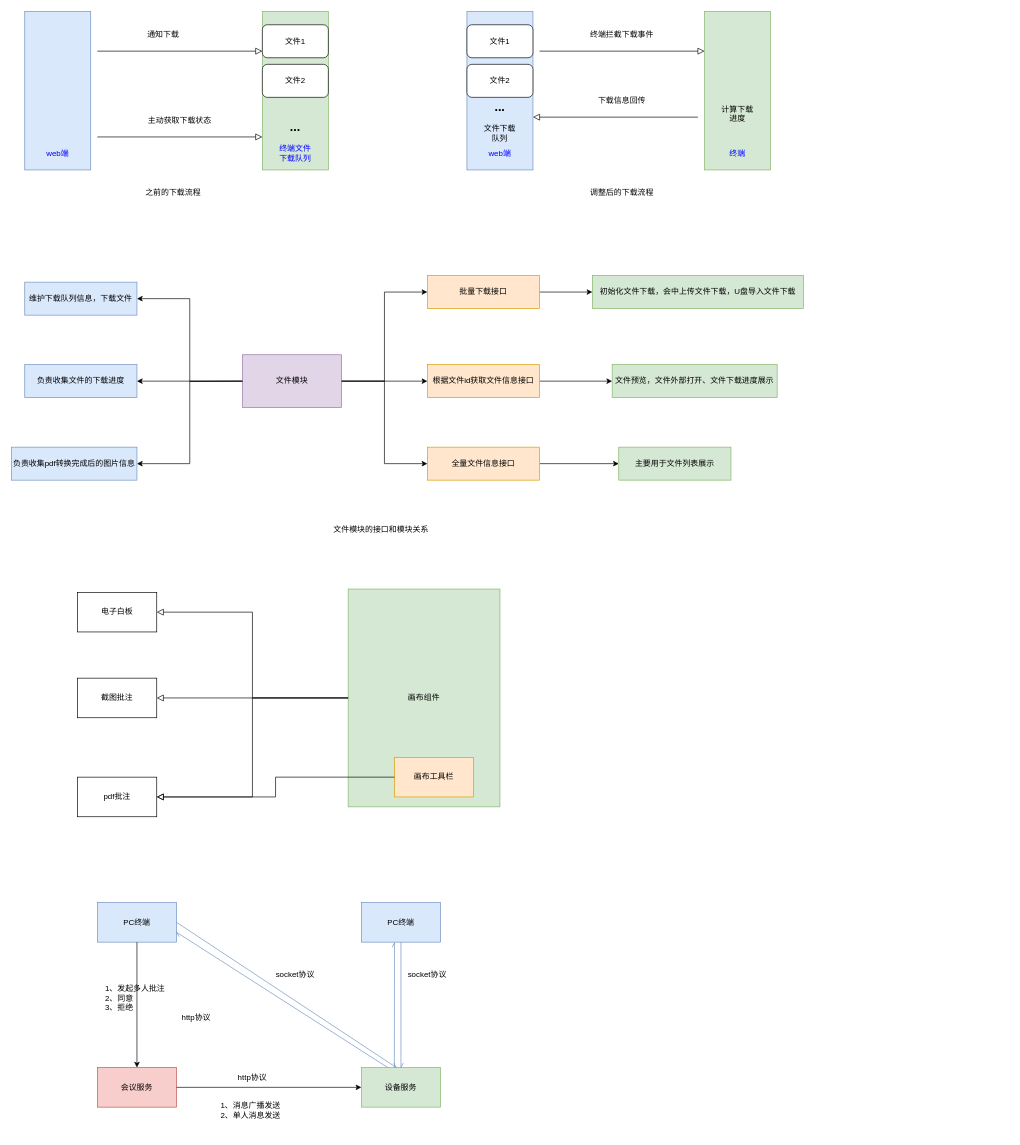
The draw.io diagram whiteboard/work/download.drawio in laterbuy/blogTalk, before the edit. Source tidied: cells renumbered, new cells numbered last; positions are measured from the earlier drawing's top-left corner, leaving out a move shared by most shapes. Both pictures are drawn from the tidied source at 66%, with x=0, y=0 at pixel (11, 11).
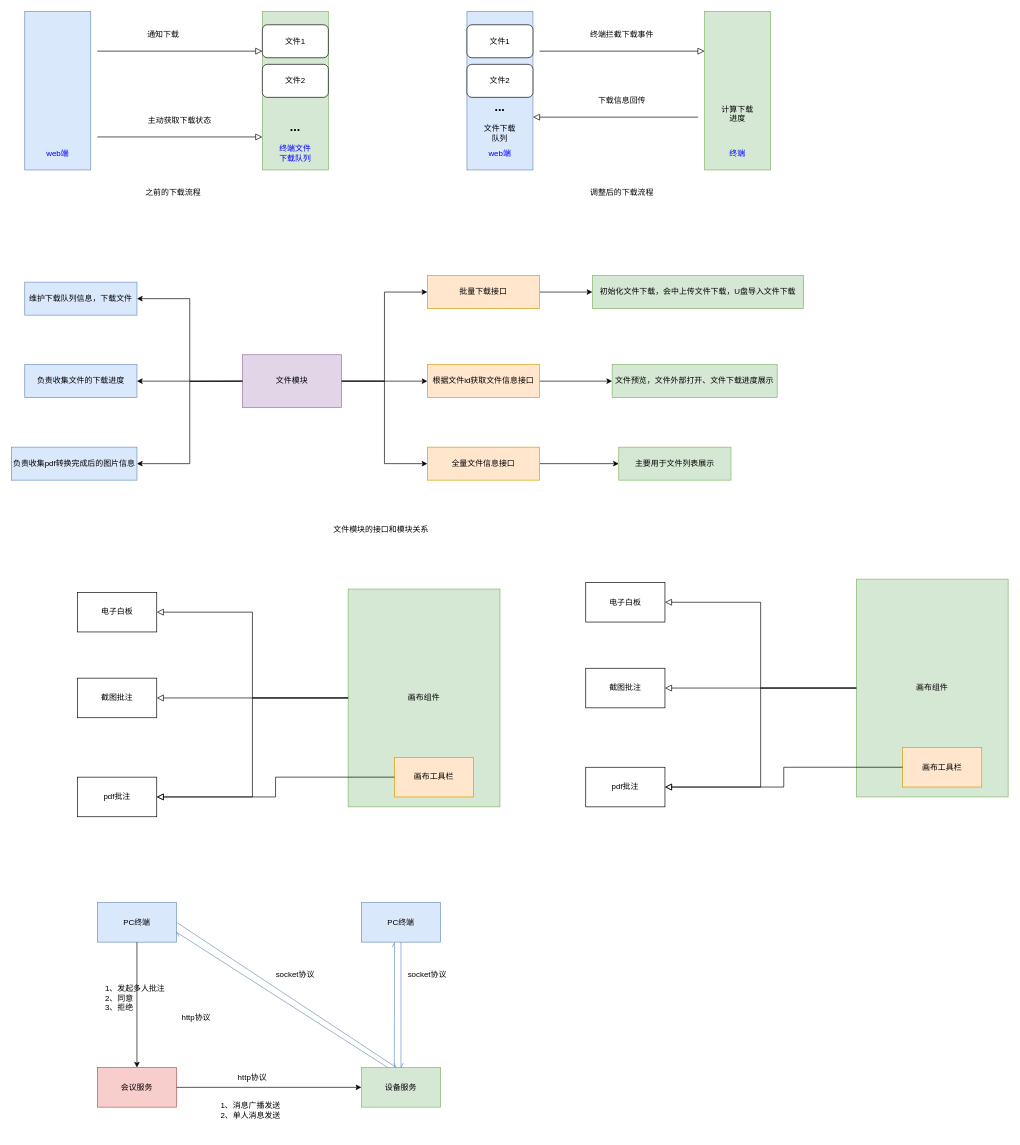
The same page after the edit.

The edit, as a diff of the source:
```diff
@@
+    <mxCell id="73" value="画布组件" style="rounded=0;whiteSpace=wrap;html=1;fillColor=#d5e8d4;strokeColor=#82b366;" parent="1" vertex="1">
+      <mxGeometry x="1280" y="860" width="230" height="330" as="geometry" />
+    </mxCell>
+    <mxCell id="74" value="电子白板" style="rounded=0;whiteSpace=wrap;html=1;" parent="1" vertex="1">
+      <mxGeometry x="870" y="865" width="120" height="60" as="geometry" />
+    </mxCell>
+    <mxCell id="75" value="截图批注" style="rounded=0;whiteSpace=wrap;html=1;" parent="1" vertex="1">
+      <mxGeometry x="870" y="995" width="120" height="60" as="geometry" />
+    </mxCell>
+    <mxCell id="76" value="pdf批注" style="rounded=0;whiteSpace=wrap;html=1;" parent="1" vertex="1">
+      <mxGeometry x="870" y="1145" width="120" height="60" as="geometry" />
+    </mxCell>
+    <mxCell id="77" style="rounded=0;html=1;jettySize=auto;fontSize=11;endArrow=block;endFill=0;endSize=8;strokeWidth=1;shadow=0;labelBackgroundColor=none;edgeStyle=orthogonalEdgeStyle;entryX=1;entryY=0.5;entryDx=0;entryDy=0;exitX=0;exitY=0.5;exitDx=0;exitDy=0;" parent="1" edge="1" source="73" target="74">
+      <mxGeometry relative="1" as="geometry" />
+    </mxCell>
+    <mxCell id="78" style="rounded=0;html=1;jettySize=auto;fontSize=11;endArrow=block;endFill=0;endSize=8;strokeWidth=1;shadow=0;labelBackgroundColor=none;edgeStyle=orthogonalEdgeStyle;entryX=1;entryY=0.5;entryDx=0;entryDy=0;exitX=0;exitY=0.5;exitDx=0;exitDy=0;" parent="1" edge="1" source="73" target="75">
+      <mxGeometry relative="1" as="geometry" />
+    </mxCell>
+    <mxCell id="79" style="rounded=0;html=1;jettySize=auto;fontSize=11;endArrow=block;endFill=0;endSize=8;strokeWidth=1;shadow=0;labelBackgroundColor=none;edgeStyle=orthogonalEdgeStyle;entryX=1;entryY=0.5;entryDx=0;entryDy=0;exitX=0;exitY=0.5;exitDx=0;exitDy=0;" parent="1" edge="1" source="73" target="76">
+      <mxGeometry relative="1" as="geometry" />
+    </mxCell>
+    <mxCell id="80" value="画布工具栏" style="rounded=0;whiteSpace=wrap;html=1;fillColor=#ffe6cc;strokeColor=#d79b00;" parent="1" vertex="1">
+      <mxGeometry x="1350" y="1115" width="120" height="60" as="geometry" />
+    </mxCell>
+    <mxCell id="81" style="rounded=0;html=1;jettySize=auto;fontSize=11;endArrow=block;endFill=0;endSize=8;strokeWidth=1;shadow=0;labelBackgroundColor=none;edgeStyle=orthogonalEdgeStyle;entryX=1;entryY=0.5;entryDx=0;entryDy=0;exitX=0;exitY=0.5;exitDx=0;exitDy=0;" parent="1" edge="1" source="80" target="76">
+      <mxGeometry relative="1" as="geometry" />
+    </mxCell>
```
